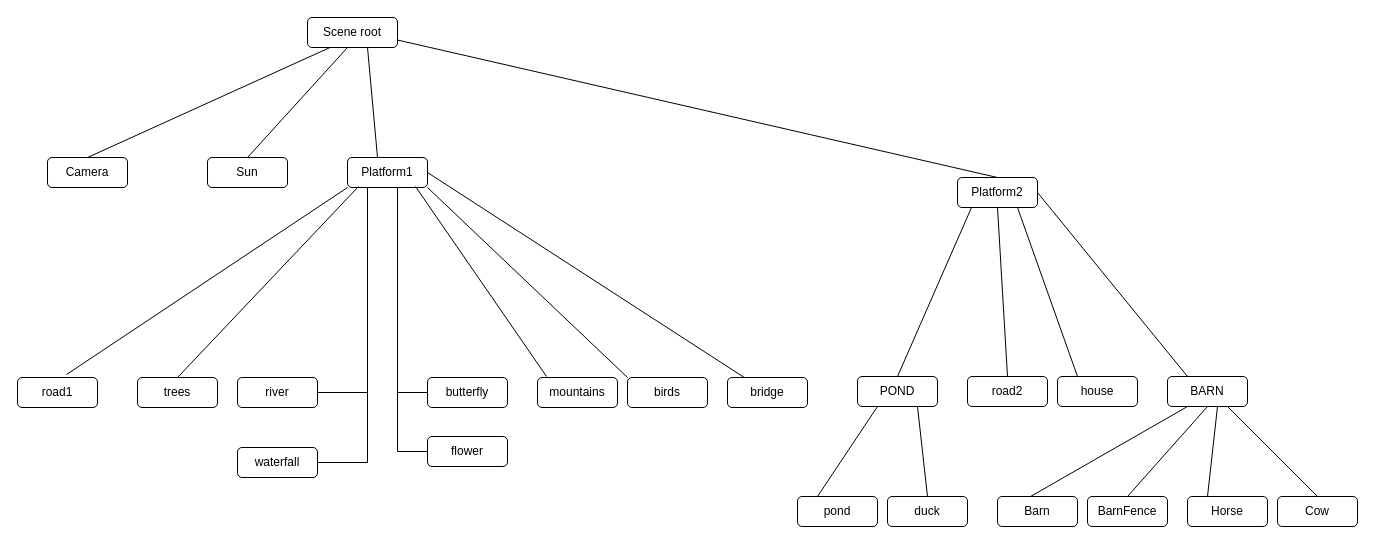
This is scene_graph.drawio from gabrielcosta99/ICG_project, a draw.io file, before an edit. Source tidied: cells renumbered, new cells numbered last; positions are measured from the earlier drawing's top-left corner, leaving out a move shared by most shapes. Both pictures are drawn from the tidied source at 100%, with x=0, y=0 at pixel (17, 17).
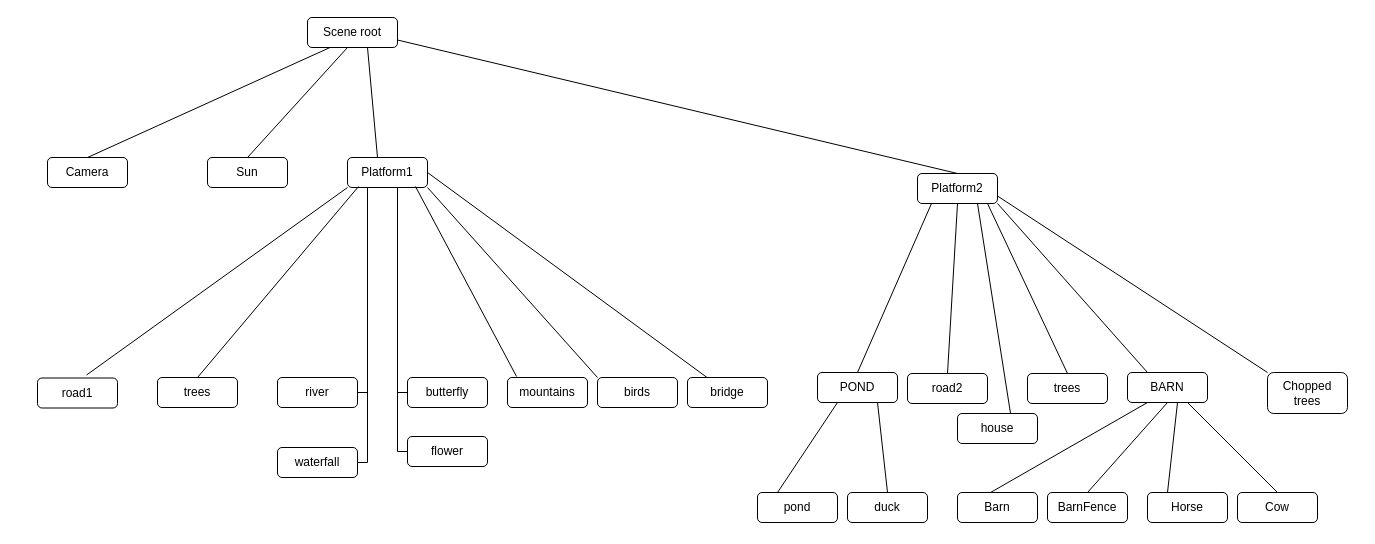
The same diagram, later.

Commit message (it also covers changes not shown here):
added chopped trees

Change to the diagram source:
```diff
@@
     <mxCell id="5" value="trees" style="rounded=1;whiteSpace=wrap;html=1;" parent="1" vertex="1">
-      <mxGeometry x="120" y="360" width="80" height="30" as="geometry" />
+      <mxGeometry x="140" y="360" width="80" height="30" as="geometry" />
     </mxCell>
     <mxCell id="6" value="river" style="rounded=1;whiteSpace=wrap;html=1;" parent="1" vertex="1">
-      <mxGeometry x="220" y="360" width="80" height="30" as="geometry" />
+      <mxGeometry x="260" y="360" width="80" height="30" as="geometry" />
     </mxCell>
     <mxCell id="7" value="waterfall" style="rounded=1;whiteSpace=wrap;html=1;" parent="1" vertex="1">
-      <mxGeometry x="220" y="430" width="80" height="30" as="geometry" />
+      <mxGeometry x="260" y="430" width="80" height="30" as="geometry" />
     </mxCell>
     <mxCell id="8" value="birds" style="rounded=1;whiteSpace=wrap;html=1;" parent="1" vertex="1">
-      <mxGeometry x="610" y="360" width="80" height="30" as="geometry" />
+      <mxGeometry x="580" y="360" width="80" height="30" as="geometry" />
     </mxCell>
     <mxCell id="9" value="flower" style="rounded=1;whiteSpace=wrap;html=1;" parent="1" vertex="1">
-      <mxGeometry x="410" y="419" width="80" height="30" as="geometry" />
+      <mxGeometry x="390" y="419" width="80" height="30" as="geometry" />
     </mxCell>
     <mxCell id="10" value="butterfly" style="rounded=1;whiteSpace=wrap;html=1;" parent="1" vertex="1">
-      <mxGeometry x="410" y="360" width="80" height="30" as="geometry" />
+      <mxGeometry x="390" y="360" width="80" height="30" as="geometry" />
     </mxCell>
     <mxCell id="11" value="mountains" style="rounded=1;whiteSpace=wrap;html=1;" parent="1" vertex="1">
-      <mxGeometry x="520" y="360" width="80" height="30" as="geometry" />
+      <mxGeometry x="490" y="360" width="80" height="30" as="geometry" />
     </mxCell>
     <mxCell id="12" value="BARN" style="rounded=1;whiteSpace=wrap;html=1;" parent="1" vertex="1">
-      <mxGeometry x="1150" y="359" width="80" height="30" as="geometry" />
+      <mxGeometry x="1110" y="355" width="80" height="30" as="geometry" />
     </mxCell>
     <mxCell id="13" value="Barn" style="rounded=1;whiteSpace=wrap;html=1;" parent="1" vertex="1">
-      <mxGeometry x="980" y="479" width="80" height="30" as="geometry" />
+      <mxGeometry x="940" y="475" width="80" height="30" as="geometry" />
     </mxCell>
@@
     <mxCell id="15" value="BarnFence" style="rounded=1;whiteSpace=wrap;html=1;" parent="1" vertex="1">
-      <mxGeometry x="1070" y="479" width="80" height="30" as="geometry" />
+      <mxGeometry x="1030" y="475" width="80" height="30" as="geometry" />
     </mxCell>
     <mxCell id="16" value="Cow" style="rounded=1;whiteSpace=wrap;html=1;" parent="1" vertex="1">
-      <mxGeometry x="1260" y="479" width="80" height="30" as="geometry" />
+      <mxGeometry x="1220" y="475" width="80" height="30" as="geometry" />
     </mxCell>
     <mxCell id="17" value="Horse" style="rounded=1;whiteSpace=wrap;html=1;" parent="1" vertex="1">
-      <mxGeometry x="1170" y="479" width="80" height="30" as="geometry" />
+      <mxGeometry x="1130" y="475" width="80" height="30" as="geometry" />
     </mxCell>
     <mxCell id="18" value="POND" style="rounded=1;whiteSpace=wrap;html=1;" parent="1" vertex="1">
-      <mxGeometry x="840" y="359" width="80" height="30" as="geometry" />
+      <mxGeometry x="800" y="355" width="80" height="30" as="geometry" />
     </mxCell>
     <mxCell id="19" value="pond" style="rounded=1;whiteSpace=wrap;html=1;" parent="1" vertex="1">
-      <mxGeometry x="780" y="479" width="80" height="30" as="geometry" />
+      <mxGeometry x="740" y="475" width="80" height="30" as="geometry" />
     </mxCell>
     <mxCell id="20" value="duck" style="rounded=1;whiteSpace=wrap;html=1;" parent="1" vertex="1">
-      <mxGeometry x="870" y="479" width="80" height="30" as="geometry" />
+      <mxGeometry x="830" y="475" width="80" height="30" as="geometry" />
     </mxCell>
@@
     <mxCell id="24" style="endArrow=none;html=1;rounded=0;exitX=0.25;exitY=0;exitDx=0;exitDy=0;" parent="1" edge="1" source="17">
       <mxGeometry relative="1" as="geometry">
-        <mxPoint x="1200" y="389" as="targetPoint" />
+        <mxPoint x="1160" y="385" as="targetPoint" />
       </mxGeometry>
     </mxCell>
@@
     <mxCell id="27" value="Platform2" style="rounded=1;whiteSpace=wrap;html=1;" parent="1" vertex="1">
-      <mxGeometry x="940" y="160" width="80" height="30" as="geometry" />
+      <mxGeometry x="900" y="156" width="80" height="30" as="geometry" />
     </mxCell>
     <mxCell id="28" value="road1" style="rounded=1;whiteSpace=wrap;html=1;" parent="1" vertex="1">
-      <mxGeometry y="360" width="80" height="30" as="geometry" />
+      <mxGeometry x="20" y="360.5" width="80" height="30" as="geometry" />
     </mxCell>
     <mxCell id="29" value="road2" style="rounded=1;whiteSpace=wrap;html=1;" parent="1" vertex="1">
-      <mxGeometry x="950" y="359" width="80" height="30" as="geometry" />
+      <mxGeometry x="890" y="356" width="80" height="30" as="geometry" />
     </mxCell>
     <mxCell id="30" value="house" style="rounded=1;whiteSpace=wrap;html=1;" parent="1" vertex="1">
-      <mxGeometry x="1040" y="359" width="80" height="30" as="geometry" />
+      <mxGeometry x="940" y="396" width="80" height="30" as="geometry" />
     </mxCell>
@@
     <mxCell id="43" value="bridge" style="rounded=1;whiteSpace=wrap;html=1;" parent="1" vertex="1">
-      <mxGeometry x="710" y="360" width="80" height="30" as="geometry" />
+      <mxGeometry x="670" y="360" width="80" height="30" as="geometry" />
     </mxCell>
@@
-    <mxCell id="47" style="endArrow=none;html=1;rounded=0;exitX=1;exitY=0.5;exitDx=0;exitDy=0;entryX=0.25;entryY=0;entryDx=0;entryDy=0;" parent="1" edge="1" source="27" target="12">
+    <mxCell id="47" style="endArrow=none;html=1;rounded=0;exitX=1;exitY=1;exitDx=0;exitDy=0;entryX=0.25;entryY=0;entryDx=0;entryDy=0;" parent="1" edge="1" source="27" target="12">
       <mxGeometry relative="1" as="geometry" />
     </mxCell>
-    <mxCell id="48" style="endArrow=none;html=1;rounded=0;exitX=0.75;exitY=1;exitDx=0;exitDy=0;entryX=0.25;entryY=0;entryDx=0;entryDy=0;" parent="1" edge="1" source="27" target="30">
+    <mxCell id="48" style="endArrow=none;html=1;rounded=0;exitX=0.75;exitY=1;exitDx=0;exitDy=0;entryX=0.663;entryY=0;entryDx=0;entryDy=0;entryPerimeter=0;" parent="1" edge="1" source="27" target="30">
       <mxGeometry relative="1" as="geometry" />
     </mxCell>
+    <mxCell id="49" value="Chopped&lt;div&gt;trees&lt;/div&gt;" style="rounded=1;whiteSpace=wrap;html=1;" parent="1" vertex="1">
+      <mxGeometry x="1250" y="355" width="80" height="41" as="geometry" />
+    </mxCell>
+    <mxCell id="50" style="endArrow=none;html=1;rounded=0;exitX=1;exitY=0.75;exitDx=0;exitDy=0;entryX=0;entryY=0;entryDx=0;entryDy=0;" parent="1" edge="1" source="27" target="49">
+      <mxGeometry relative="1" as="geometry" />
+    </mxCell>
+    <mxCell id="51" value="trees" style="rounded=1;whiteSpace=wrap;html=1;" parent="1" vertex="1">
+      <mxGeometry x="1010" y="356" width="80" height="30" as="geometry" />
+    </mxCell>
+    <mxCell id="52" style="endArrow=none;html=1;rounded=0;exitX=0.5;exitY=0;exitDx=0;exitDy=0;" parent="1" edge="1" source="51">
+      <mxGeometry relative="1" as="geometry">
+        <mxPoint x="970" y="186" as="targetPoint" />
+      </mxGeometry>
+    </mxCell>
```
